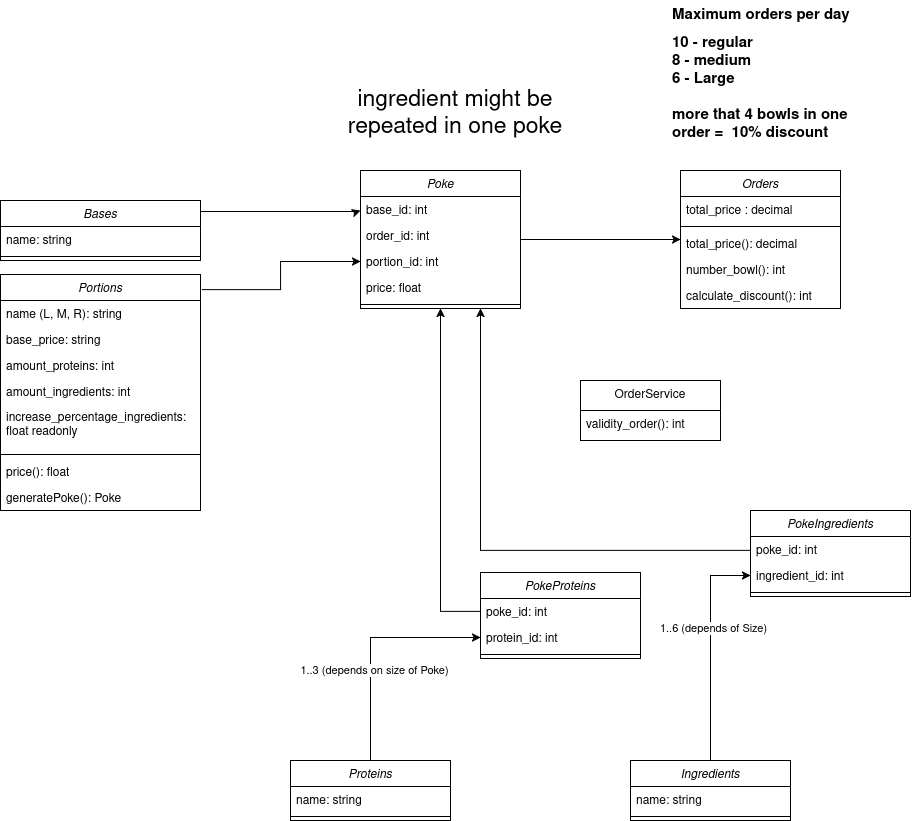
Before: wa-poke-bowl.png, a diagram exported from draw.io (polito-WA1-2025-exam/labs-lazyfollowers). Source tidied: cells renumbered, new cells last; positions are measured from the earlier drawing's top-left corner, leaving out a move shared by most shapes.
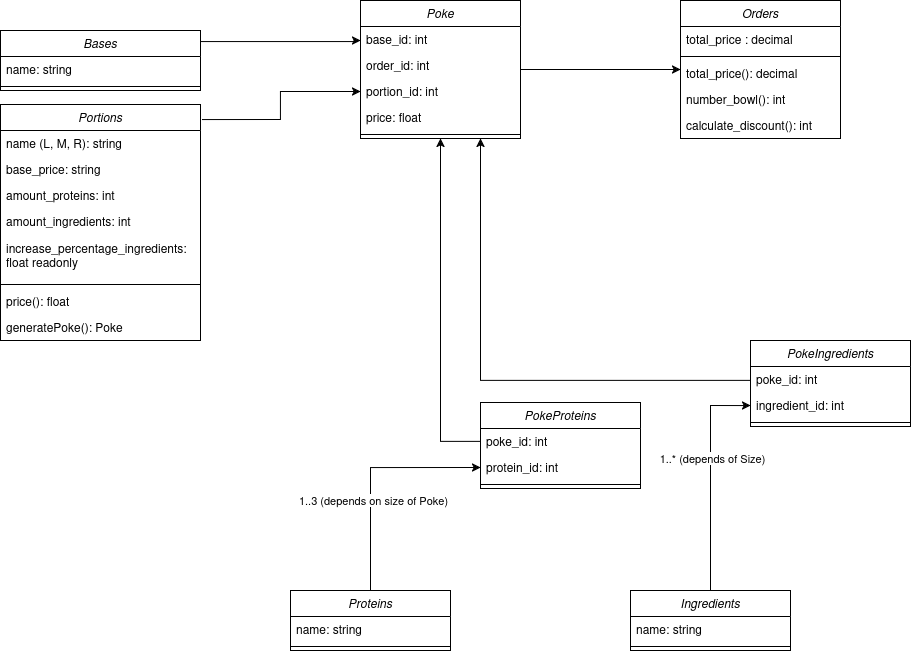
After the commit.

What changed in the source:
```diff
@@ -49,7 +49,7 @@
         </Array>
       </mxGeometry>
     </mxCell>
-    <mxCell id="15" value="1..6 (depends of Size)" style="edgeLabel;html=1;align=center;verticalAlign=middle;" parent="14" vertex="1">
+    <mxCell id="15" value="1..* (depends of Size)" style="edgeLabel;html=1;align=center;verticalAlign=middle;" parent="14" vertex="1">
       <mxGeometry x="0.18" y="-2" relative="1" as="geometry" />
     </mxCell>
     <mxCell id="16" value="Ingredients" style="swimlane;fontStyle=2;align=center;verticalAlign=top;horizontal=1;startSize=26;rounded=0;shadow=0;strokeWidth=1;" parent="1" vertex="1">
@@ -61,9 +61,6 @@
     <mxCell id="18" style="line;html=1;strokeWidth=1;align=left;verticalAlign=middle;spacingTop=-1;spacingLeft=3;spacingRight=3;labelPosition=right;" parent="16" vertex="1">
       <mxGeometry y="52" width="160" height="8" as="geometry" />
     </mxCell>
-    <mxCell id="19" value="&lt;font style=&quot;font-size: 23px;&quot;&gt;ingredient might be repeated in one poke&lt;/font&gt;" style="text;html=1;whiteSpace=wrap;overflow=hidden;rounded=0;align=center;" parent="1" vertex="1">
-      <mxGeometry x="320" y="80" width="270" height="70" as="geometry" />
-    </mxCell>
     <mxCell id="20" value="Orders" style="swimlane;fontStyle=2;align=center;verticalAlign=top;horizontal=1;startSize=26;rounded=0;shadow=0;strokeWidth=1;" parent="1" vertex="1">
       <mxGeometry x="680" y="170" width="160" height="138" as="geometry" />
     </mxCell>
@@ -82,15 +79,6 @@
     <mxCell id="25" value="calculate_discount(): int" style="text;align=left;verticalAlign=top;spacingLeft=4;spacingRight=4;overflow=hidden;" parent="20" vertex="1">
       <mxGeometry y="112" width="160" height="26" as="geometry" />
     </mxCell>
-    <mxCell id="26" value="&lt;h1 style=&quot;margin-top: 0px; font-size: 15px;&quot;&gt;&lt;font style=&quot;font-size: 15px;&quot;&gt;Maximum orders per day&lt;/font&gt;&lt;/h1&gt;&lt;div style=&quot;font-size: 15px;&quot;&gt;&lt;h1 style=&quot;margin-top: 0px; font-size: 15px; margin-bottom: 0px;&quot;&gt;10 - regular&lt;br&gt;8 - medium&lt;/h1&gt;&lt;b style=&quot;&quot;&gt;&lt;font style=&quot;font-size: 15px;&quot;&gt;6 - Large&lt;br&gt;&lt;br&gt;more that 4 bowls in one order =&amp;nbsp; 10% discount&lt;/font&gt;&lt;/b&gt;&lt;/div&gt;" style="text;html=1;whiteSpace=wrap;overflow=hidden;rounded=0;" parent="1" vertex="1">
-      <mxGeometry x="670" width="180" height="160" as="geometry" />
-    </mxCell>
-    <mxCell id="27" value="OrderService" style="swimlane;fontStyle=0;horizontal=1;startSize=30;whiteSpace=wrap;html=1;" parent="1" vertex="1">
-      <mxGeometry x="580" y="380" width="140" height="60" as="geometry" />
-    </mxCell>
-    <mxCell id="28" value="&lt;span style=&quot;text-wrap: nowrap;&quot;&gt;validity_order(): int&lt;/span&gt;" style="text;strokeColor=none;fillColor=none;align=left;verticalAlign=middle;spacingLeft=4;spacingRight=4;overflow=hidden;whiteSpace=wrap;html=1;" parent="27" vertex="1">
-      <mxGeometry y="30" width="140" height="30" as="geometry" />
-    </mxCell>
     <mxCell id="29" style="edgeStyle=orthogonalEdgeStyle;rounded=0;jettySize=auto;html=1;exitX=1.01;exitY=0.064;exitDx=0;exitDy=0;exitPerimeter=0;" parent="1" edge="1" source="30" target="6">
       <mxGeometry relative="1" as="geometry" />
     </mxCell>
```
